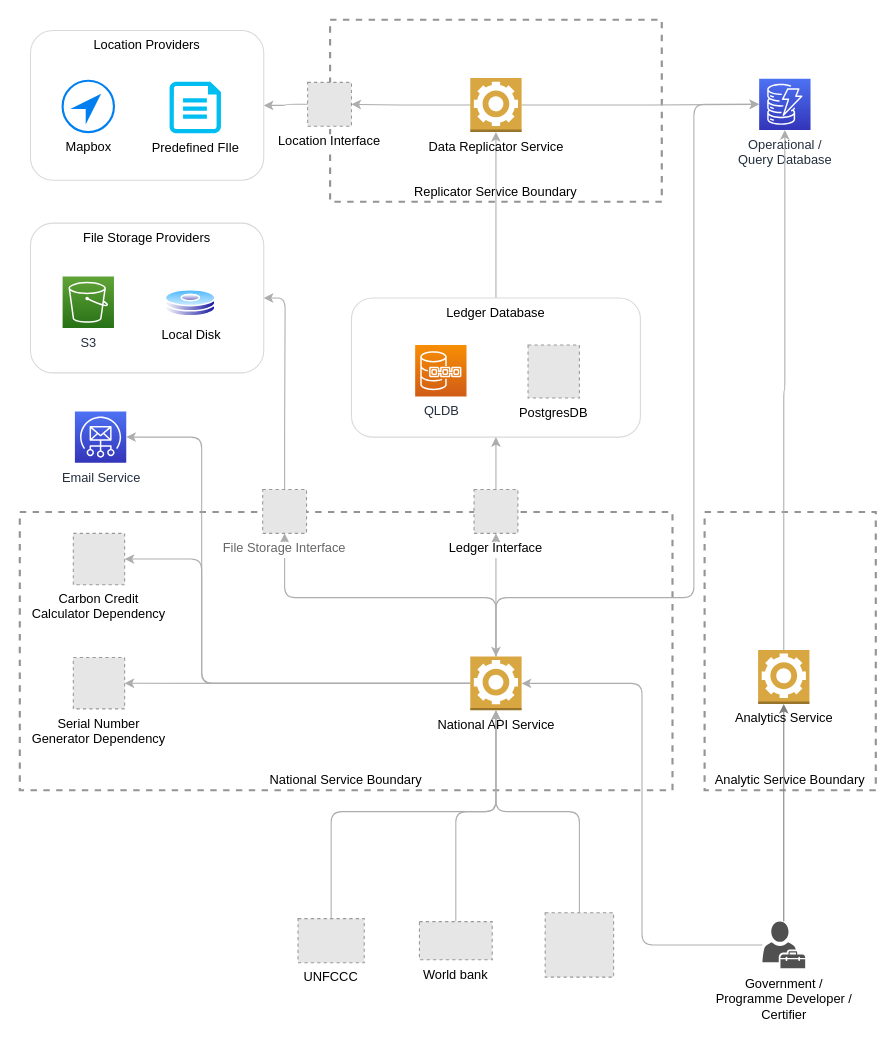
Above: page "System Architecture" (1 of 2) of documention/Carbon Registry Architecture.drawio in undp/carbon-registry (draw.io), before the change. Source tidied: cells renumbered, new cells numbered last; positions are measured from the earlier drawing's top-left corner, leaving out a move shared by most shapes. Both pictures are drawn from the tidied source at 107%, with x=0, y=0 at pixel (19, 19). Pictures stored in the file or linked from it are replaced by grey dashed boxes.
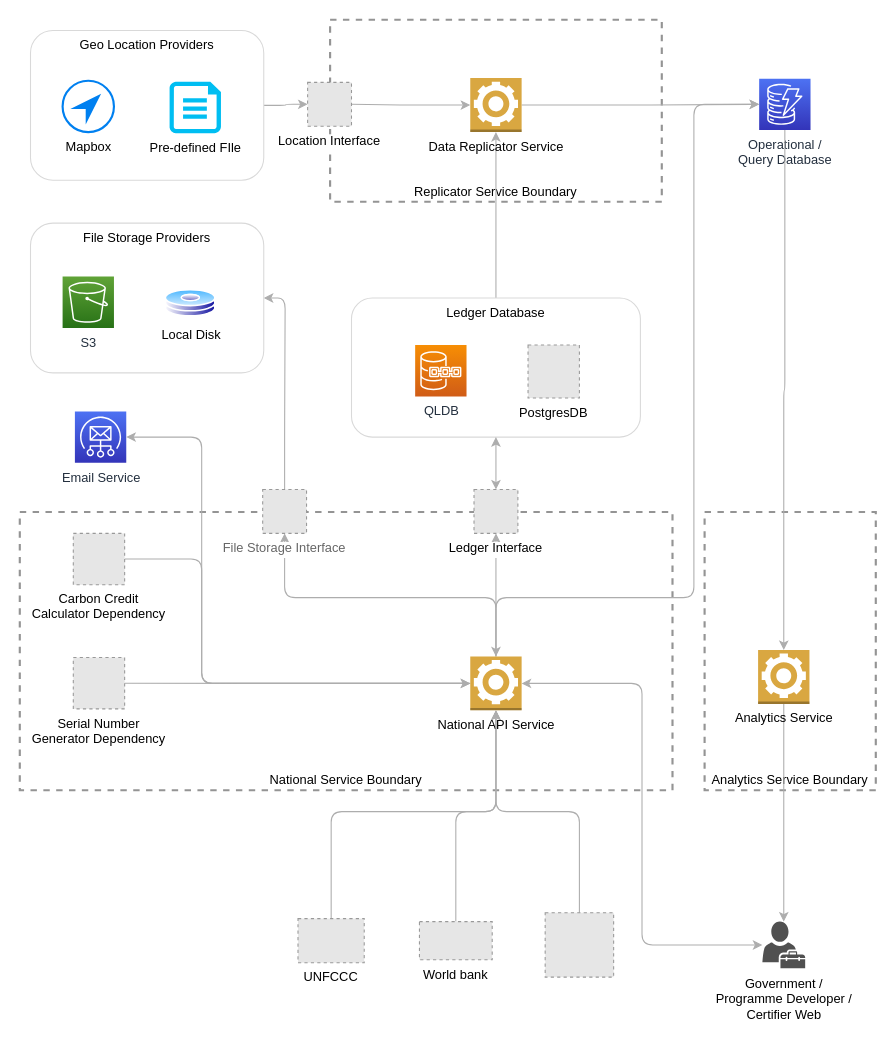
The same page after the edit.

The change refers to these unchanged cells:
```xml
<mxCell id="6" value="Ledger Database" style="rounded=1;whiteSpace=wrap;html=1;verticalAlign=top;strokeColor=#D9D9D9;" parent="1" vertex="1">
  <mxGeometry x="310" y="260" width="270" height="130" as="geometry" />
</mxCell>
<mxCell id="8" value="Operational / &lt;br&gt;Query Database" style="sketch=0;points=[[0,0,0],[0.25,0,0],[0.5,0,0],[0.75,0,0],[1,0,0],[0,1,0],[0.25,1,0],[0.5,1,0],[0.75,1,0],[1,1,0],[0,0.25,0],[0,0.5,0],[0,0.75,0],[1,0.25,0],[1,0.5,0],[1,0.75,0]];outlineConnect=0;fontColor=#232F3E;gradientColor=#4D72F3;gradientDirection=north;fillColor=#3334B9;strokeColor=#ffffff;dashed=0;verticalLabelPosition=bottom;verticalAlign=top;align=center;html=1;fontSize=12;fontStyle=0;shape=mxgraph.aws4.resourceIcon;resIcon=mxgraph.aws4.dynamodb;strokeWidth=1;" parent="1" vertex="1">
  <mxGeometry x="691" y="55" width="48" height="48" as="geometry" />
</mxCell>
<mxCell id="19" value="Data Replicator Service" style="outlineConnect=0;dashed=0;verticalLabelPosition=bottom;verticalAlign=top;align=center;html=1;shape=mxgraph.aws3.worker;fillColor=#D9A741;gradientColor=none;" parent="1" vertex="1">
  <mxGeometry x="421" y="54.5" width="48" height="50.4" as="geometry" />
</mxCell>
<mxCell id="26" value="National API Service" style="outlineConnect=0;dashed=0;verticalLabelPosition=bottom;verticalAlign=top;align=center;html=1;shape=mxgraph.aws3.worker;fillColor=#D9A741;gradientColor=none;" parent="1" vertex="1">
  <mxGeometry x="421" y="595" width="48" height="50.4" as="geometry" />
</mxCell>
<mxCell id="28" value="Analytics Service" style="outlineConnect=0;dashed=0;verticalLabelPosition=bottom;verticalAlign=top;align=center;html=1;shape=mxgraph.aws3.worker;fillColor=#D9A741;gradientColor=none;" parent="1" vertex="1">
  <mxGeometry x="690" y="589" width="48" height="50.4" as="geometry" />
</mxCell>
<mxCell id="29" value="Carbon Credit&#10;Calculator Dependency" style="fillColor=#E6E6E6;strokeColor=#999999;dashed=1;verticalLabelPosition=bottom;labelBackgroundColor=default;verticalAlign=top;" parent="1" vertex="1">
  <mxGeometry x="50" y="480" width="48" height="48" as="geometry" />
</mxCell>
<mxCell id="30" value="Serial Number&#10;Generator Dependency" style="fillColor=#E6E6E6;strokeColor=#999999;dashed=1;verticalLabelPosition=bottom;labelBackgroundColor=default;verticalAlign=top;" parent="1" vertex="1">
  <mxGeometry x="50" y="596" width="48" height="48" as="geometry" />
</mxCell>
<mxCell id="32" value="Ledger Interface" style="fillColor=#E6E6E6;strokeColor=#999999;dashed=1;verticalLabelPosition=bottom;labelBackgroundColor=default;verticalAlign=top;" parent="1" vertex="1">
  <mxGeometry x="424.5" y="439" width="41" height="41" as="geometry" />
</mxCell>
<mxCell id="37" value="Location Interface" style="fillColor=#E6E6E6;strokeColor=#999999;dashed=1;verticalLabelPosition=bottom;labelBackgroundColor=default;verticalAlign=top;" parent="1" vertex="1">
  <mxGeometry x="269" y="58.5" width="41" height="41" as="geometry" />
</mxCell>
```

Diff of the diagram source:
```diff
@@
-    <mxCell id="2" value="Analytic Service Boundary" style="rounded=0;whiteSpace=wrap;html=1;fillColor=none;dashed=1;strokeWidth=2;strokeColor=#949494;verticalAlign=bottom;" parent="1" vertex="1">
+    <mxCell id="2" value="Analytics&amp;nbsp;Service Boundary" style="rounded=0;whiteSpace=wrap;html=1;fillColor=none;dashed=1;strokeWidth=2;strokeColor=#949494;verticalAlign=bottom;" parent="1" vertex="1">
       <mxGeometry x="640" y="460" width="160" height="260" as="geometry" />
     </mxCell>
@@
-    <mxCell id="9" style="edgeStyle=orthogonalEdgeStyle;rounded=0;jettySize=auto;html=1;entryX=0.5;entryY=1;entryDx=0;entryDy=0;entryPerimeter=0;strokeColor=#7D7D7D;" parent="1" edge="1" source="11" target="28">
+    <mxCell id="9" style="edgeStyle=orthogonalEdgeStyle;rounded=0;jettySize=auto;html=1;entryX=0.5;entryY=1;entryDx=0;entryDy=0;entryPerimeter=0;strokeColor=#ADADAD;startArrow=classic;startFill=1;endArrow=none;endFill=0;" parent="1" edge="1" source="11" target="28">
       <mxGeometry relative="1" as="geometry" />
     </mxCell>
-    <mxCell id="10" style="edgeStyle=orthogonalEdgeStyle;rounded=1;jettySize=auto;html=1;entryX=1;entryY=0.5;entryDx=0;entryDy=0;entryPerimeter=0;strokeColor=#ADADAD;" parent="1" edge="1" source="11" target="26">
+    <mxCell id="10" style="edgeStyle=orthogonalEdgeStyle;rounded=1;jettySize=auto;html=1;entryX=1;entryY=0.5;entryDx=0;entryDy=0;entryPerimeter=0;strokeColor=#ADADAD;startArrow=classic;startFill=1;" parent="1" edge="1" source="11" target="26">
       <mxGeometry relative="1" as="geometry" />
     </mxCell>
-    <mxCell id="11" value="Government / &lt;br&gt;Programme Developer / &lt;br&gt;Certifier" style="sketch=0;shadow=0;dashed=0;html=1;strokeColor=none;fillColor=#505050;labelPosition=center;verticalLabelPosition=bottom;verticalAlign=top;outlineConnect=0;align=center;shape=mxgraph.office.users.tenant_admin;strokeWidth=1;" parent="1" vertex="1">
+    <mxCell id="11" value="Government / &lt;br&gt;Programme Developer / &lt;br&gt;Certifier Web" style="sketch=0;shadow=0;dashed=0;html=1;strokeColor=none;fillColor=#505050;labelPosition=center;verticalLabelPosition=bottom;verticalAlign=top;outlineConnect=0;align=center;shape=mxgraph.office.users.tenant_admin;strokeWidth=1;" parent="1" vertex="1">
       <mxGeometry x="694" y="842.8" width="40" height="43.7" as="geometry" />
     </mxCell>
@@
-    <mxCell id="18" style="edgeStyle=orthogonalEdgeStyle;rounded=1;jettySize=auto;html=1;entryX=1;entryY=0.5;entryDx=0;entryDy=0;strokeColor=#ADADAD;" parent="1" edge="1" source="19" target="37">
+    <mxCell id="18" style="edgeStyle=orthogonalEdgeStyle;rounded=1;jettySize=auto;html=1;entryX=1;entryY=0.5;entryDx=0;entryDy=0;strokeColor=#ADADAD;startArrow=classic;startFill=1;endArrow=none;endFill=0;" parent="1" edge="1" source="19" target="37">
       <mxGeometry relative="1" as="geometry" />
     </mxCell>
@@
-    <mxCell id="24" style="edgeStyle=orthogonalEdgeStyle;rounded=1;jettySize=auto;html=1;entryX=1;entryY=0.5;entryDx=0;entryDy=0;strokeColor=#ADADAD;" parent="1" edge="1" source="26" target="29">
+    <mxCell id="24" style="edgeStyle=orthogonalEdgeStyle;rounded=1;jettySize=auto;html=1;entryX=1;entryY=0.5;entryDx=0;entryDy=0;strokeColor=#ADADAD;startArrow=classic;startFill=1;endArrow=none;endFill=0;" parent="1" edge="1" source="26" target="29">
       <mxGeometry relative="1" as="geometry">
         <Array as="points">
           <mxPoint x="170" y="620" />
           <mxPoint x="170" y="504" />
         </Array>
       </mxGeometry>
     </mxCell>
-    <mxCell id="25" style="edgeStyle=orthogonalEdgeStyle;rounded=1;jettySize=auto;html=1;entryX=1;entryY=0.5;entryDx=0;entryDy=0;strokeColor=#ADADAD;" parent="1" edge="1" source="26" target="30">
+    <mxCell id="25" style="edgeStyle=orthogonalEdgeStyle;rounded=1;jettySize=auto;html=1;entryX=1;entryY=0.5;entryDx=0;entryDy=0;strokeColor=#ADADAD;startArrow=classic;startFill=1;endArrow=none;endFill=0;" parent="1" edge="1" source="26" target="30">
       <mxGeometry relative="1" as="geometry" />
     </mxCell>
@@
-    <mxCell id="27" style="edgeStyle=orthogonalEdgeStyle;rounded=1;jettySize=auto;html=1;strokeColor=#ADADAD;" parent="1" edge="1" source="28" target="8">
+    <mxCell id="27" style="edgeStyle=orthogonalEdgeStyle;rounded=1;jettySize=auto;html=1;strokeColor=#ADADAD;startArrow=classic;startFill=1;endArrow=none;endFill=0;" parent="1" edge="1" source="28" target="8">
       <mxGeometry relative="1" as="geometry" />
     </mxCell>
@@
-    <mxCell id="31" style="edgeStyle=orthogonalEdgeStyle;rounded=1;jettySize=auto;html=1;entryX=0.5;entryY=1;entryDx=0;entryDy=0;fontColor=#B3B3B3;strokeColor=#ADADAD;" parent="1" edge="1" source="32" target="6">
+    <mxCell id="31" style="edgeStyle=orthogonalEdgeStyle;rounded=1;jettySize=auto;html=1;entryX=0.5;entryY=1;entryDx=0;entryDy=0;fontColor=#B3B3B3;strokeColor=#ADADAD;startArrow=classic;startFill=1;" parent="1" edge="1" source="32" target="6">
       <mxGeometry relative="1" as="geometry" />
     </mxCell>
@@
-    <mxCell id="36" style="edgeStyle=orthogonalEdgeStyle;rounded=1;jettySize=auto;html=1;strokeColor=#ADADAD;" parent="1" edge="1" source="37" target="38">
+    <mxCell id="36" style="edgeStyle=orthogonalEdgeStyle;rounded=1;jettySize=auto;html=1;strokeColor=#ADADAD;startArrow=classic;startFill=1;endArrow=none;endFill=0;" parent="1" edge="1" source="37" target="38">
       <mxGeometry relative="1" as="geometry" />
     </mxCell>
@@
-    <mxCell id="38" value="Location Providers" style="rounded=1;whiteSpace=wrap;html=1;verticalAlign=top;strokeColor=#D9D9D9;" parent="1" vertex="1">
+    <mxCell id="38" value="Geo Location Providers" style="rounded=1;whiteSpace=wrap;html=1;verticalAlign=top;strokeColor=#D9D9D9;" parent="1" vertex="1">
       <mxGeometry x="10" y="10" width="218" height="140" as="geometry" />
     </mxCell>
@@
-    <mxCell id="40" value="Predefined FIle" style="verticalLabelPosition=bottom;html=1;verticalAlign=top;align=center;strokeColor=none;fillColor=#00BEF2;shape=mxgraph.azure.cloud_services_configuration_file;" parent="1" vertex="1">
+    <mxCell id="40" value="Pre-defined FIle" style="verticalLabelPosition=bottom;html=1;verticalAlign=top;align=center;strokeColor=none;fillColor=#00BEF2;shape=mxgraph.azure.cloud_services_configuration_file;" parent="1" vertex="1">
       <mxGeometry x="140" y="58" width="48" height="48" as="geometry" />
     </mxCell>
```
